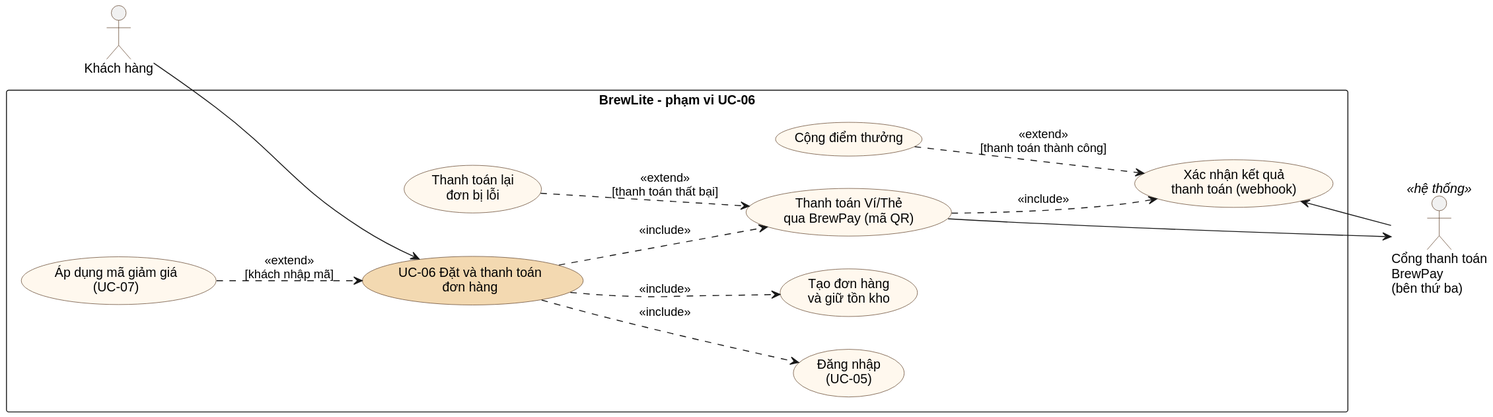
Before: docs/requirements/uc-06-dat-va-thanh-toan.svg, a diagram exported from PlantUML (PhucLee23/brewlite-assignment2). Its diagram source:
```plantuml
@startuml
left to right direction
skinparam packageStyle rectangle
skinparam shadowing false
skinparam defaultFontName Arial
skinparam usecase {
  BackgroundColor #FFF8EE
  BorderColor #5A3A22
}
skinparam actorBorderColor #5A3A22

actor "Khách hàng" as Customer
actor "Cổng thanh toán\nBrewPay\n(bên thứ ba)" as Gateway <<hệ thống>>

rectangle "BrewLite - phạm vi UC-06" {
  usecase "Áp dụng mã giảm giá\n(UC-07)" as Promo
  usecase "UC-06 Đặt và thanh toán\nđơn hàng" as UC06 #F3D9B1
  usecase "Đăng nhập\n(UC-05)" as Login
  usecase "Tạo đơn hàng\nvà giữ tồn kho" as CreateOrder
  usecase "Thanh toán Ví/Thẻ\nqua BrewPay (mã QR)" as Pay
  usecase "Xác nhận kết quả\nthanh toán (webhook)" as Confirm
  usecase "Thanh toán lại\nđơn bị lỗi" as Retry
  usecase "Cộng điểm thưởng" as Earn
}

Customer --> UC06
Promo ..> UC06 : <<extend>>\n[khách nhập mã]
UC06 ..> Login : <<include>>
UC06 ..> CreateOrder : <<include>>
UC06 ..> Pay : <<include>>
Pay ..> Confirm : <<include>>
Earn ..> Confirm : <<extend>>\n[thanh toán thành công]
Retry ..> Pay : <<extend>>\n[thanh toán thất bại]
Pay --> Gateway
Confirm <-- Gateway
@enduml
```
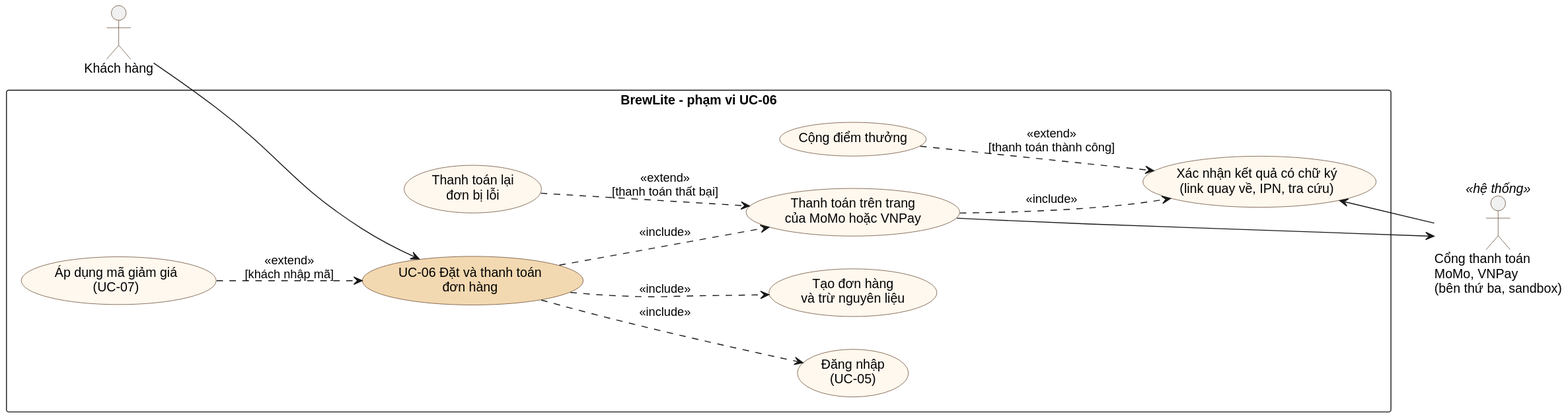
After the commit.

Commit message:
docs(requirements): đặc tả UC-06 thanh toán qua MoMo, VNPay và trừ nguyên liệu

Diff of the diagram source:
```diff
@@ -10,15 +10,15 @@
 skinparam actorBorderColor #5A3A22
 
 actor "Khách hàng" as Customer
-actor "Cổng thanh toán\nBrewPay\n(bên thứ ba)" as Gateway <<hệ thống>>
+actor "Cổng thanh toán\nMoMo, VNPay\n(bên thứ ba, sandbox)" as Gateway <<hệ thống>>
 
 rectangle "BrewLite - phạm vi UC-06" {
   usecase "Áp dụng mã giảm giá\n(UC-07)" as Promo
   usecase "UC-06 Đặt và thanh toán\nđơn hàng" as UC06 #F3D9B1
   usecase "Đăng nhập\n(UC-05)" as Login
-  usecase "Tạo đơn hàng\nvà giữ tồn kho" as CreateOrder
-  usecase "Thanh toán Ví/Thẻ\nqua BrewPay (mã QR)" as Pay
-  usecase "Xác nhận kết quả\nthanh toán (webhook)" as Confirm
+  usecase "Tạo đơn hàng\nvà trừ nguyên liệu" as CreateOrder
+  usecase "Thanh toán trên trang\ncủa MoMo hoặc VNPay" as Pay
+  usecase "Xác nhận kết quả có chữ ký\n(link quay về, IPN, tra cứu)" as Confirm
   usecase "Thanh toán lại\nđơn bị lỗi" as Retry
   usecase "Cộng điểm thưởng" as Earn
 }
```
